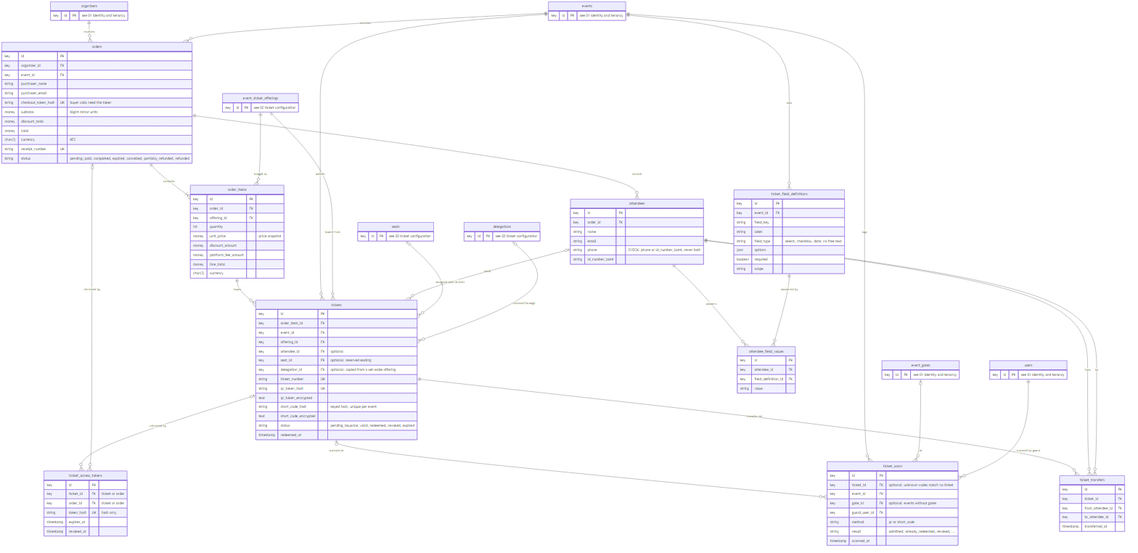
This is doc/diagrams/erd/03-orders-attendees-and-tickets.png from kreativesahara/ticket, a Mermaid export, as it was before one commit. Its source is kept beside it as doc/diagrams/erd/03-orders-attendees-and-tickets.mmd.
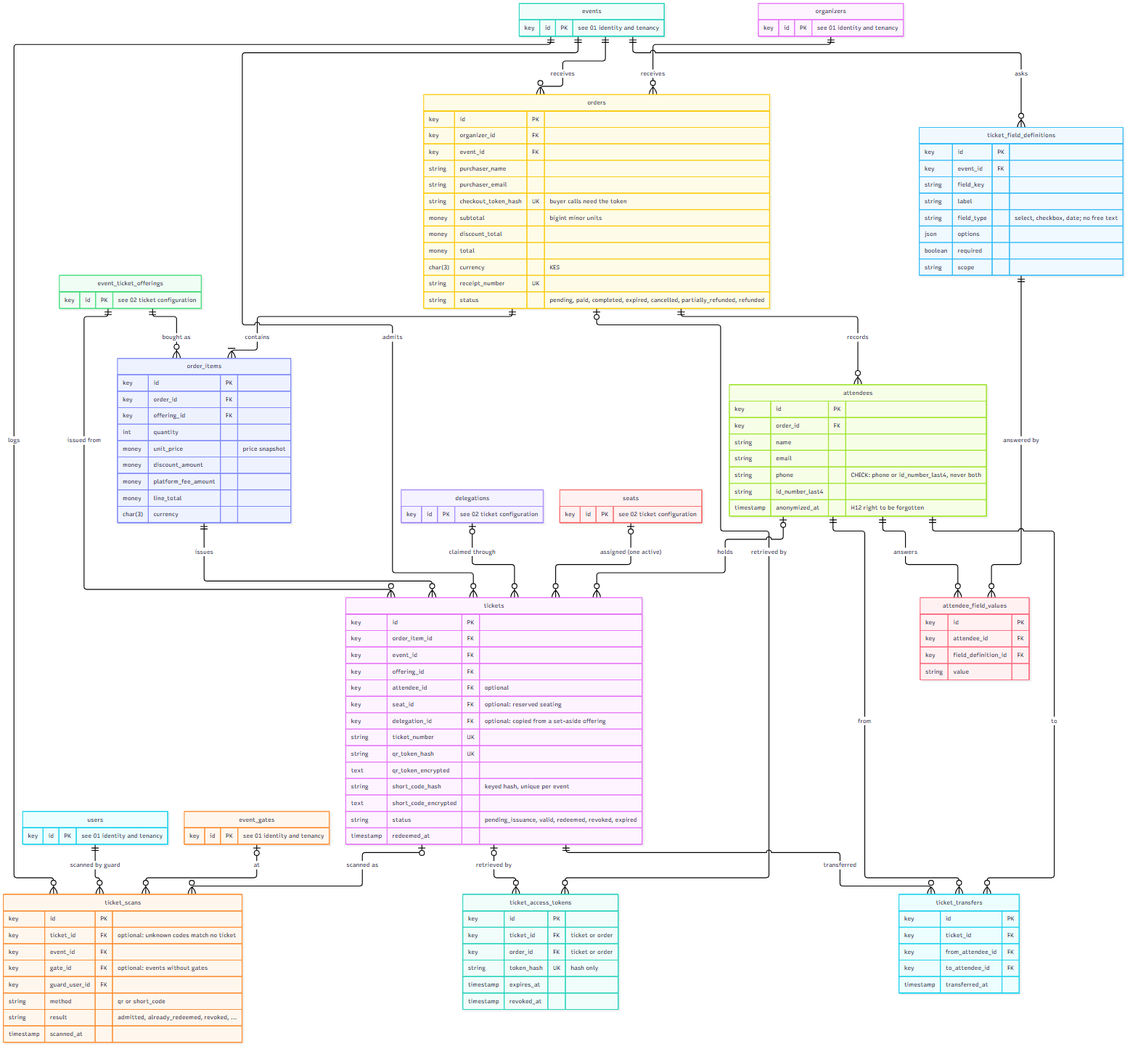
The same file after the commit.

Change to the diagram source:
```diff
@@ -52,6 +52,7 @@
         string email
         string phone "CHECK: phone or id_number_last4, never both"
         string id_number_last4
+        timestamp anonymized_at "H12 right to be forgotten"
     }
     ticket_field_definitions {
         key id PK
```
